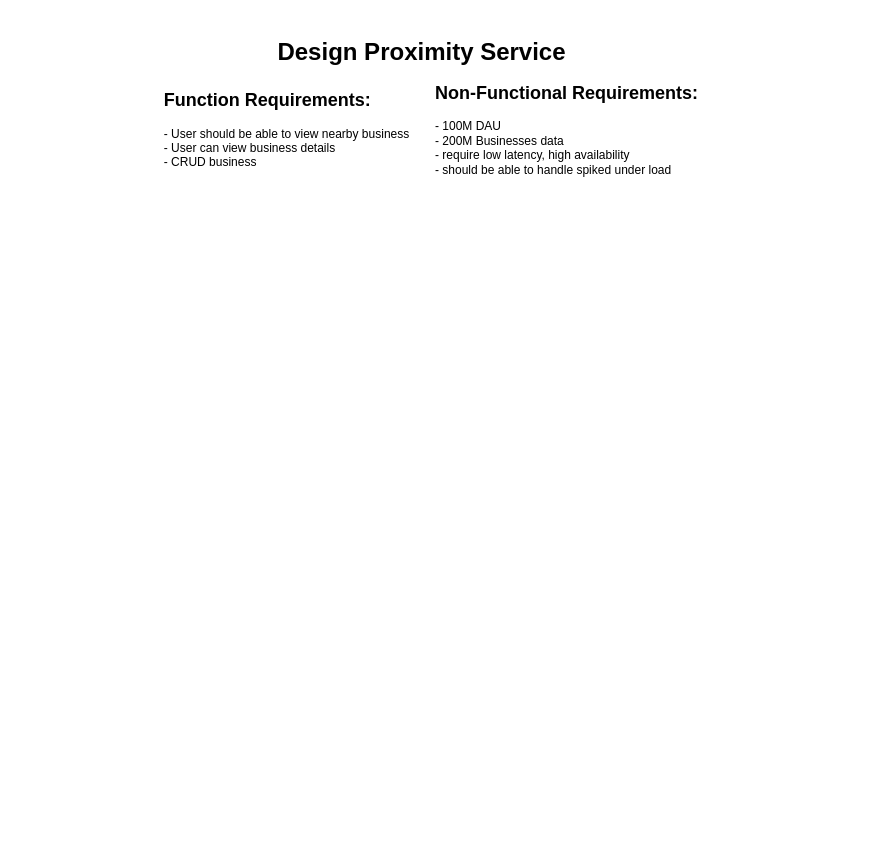
Earlier version of the draw.io diagram Untitled Diagram.drawio (code-storm/hld-problems). Source tidied: cells renumbered, new cells numbered last; positions are measured from the earlier drawing's top-left corner, leaving out a move shared by most shapes. Both pictures are drawn from the tidied source at 100%, with x=0, y=0 at pixel (151, 17).
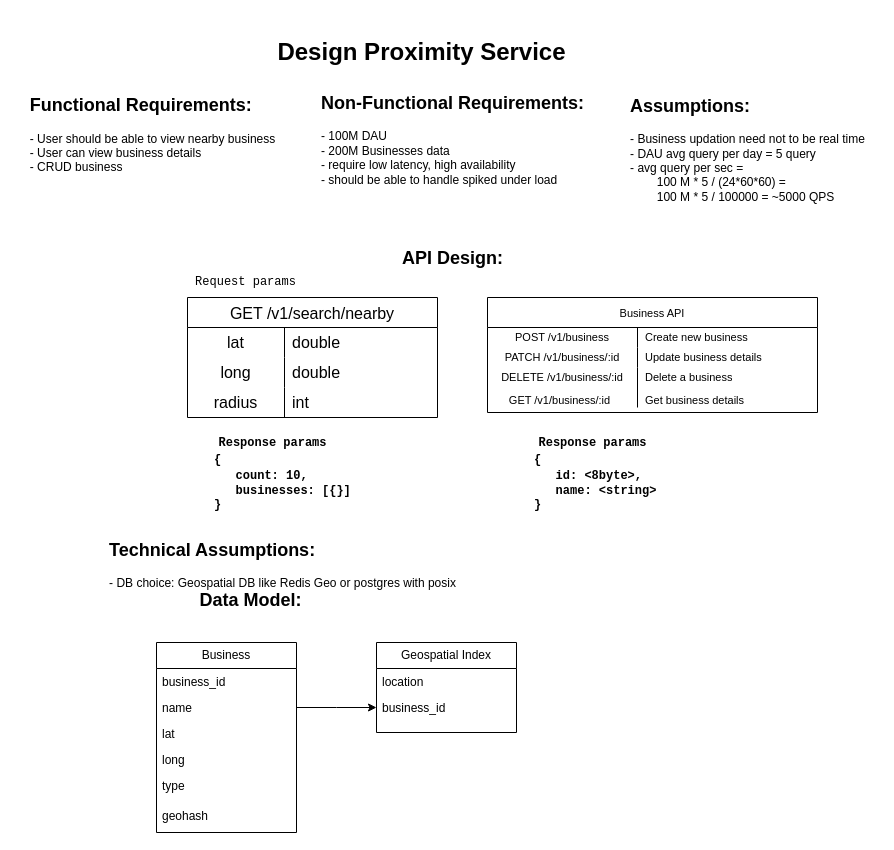
The same page after the edit.

Commit message:
Added API Design and DataModel

Diff of the diagram source:
```diff
@@
-    <mxCell id="3" value="&lt;h2 style=&quot;text-align: left;&quot;&gt;&lt;span style=&quot;background-color: initial;&quot;&gt;Function Requirements:&lt;/span&gt;&lt;/h2&gt;&lt;div style=&quot;text-align: left;&quot;&gt;&lt;span style=&quot;background-color: initial;&quot;&gt;- User should be able to view nearby business&lt;/span&gt;&lt;/div&gt;&lt;div style=&quot;text-align: left;&quot;&gt;&lt;span style=&quot;background-color: initial;&quot;&gt;- User can view business details&lt;/span&gt;&lt;/div&gt;&lt;div style=&quot;text-align: left;&quot;&gt;&lt;span style=&quot;background-color: initial;&quot;&gt;- CRUD business&lt;/span&gt;&lt;/div&gt;" style="text;html=1;align=center;verticalAlign=middle;strokeColor=none;fillColor=none;" parent="1" vertex="1">
-      <mxGeometry y="50" width="270" height="110" as="geometry" />
+    <mxCell id="3" value="&lt;h2 style=&quot;text-align: left;&quot;&gt;&lt;span style=&quot;background-color: initial;&quot;&gt;Functional Requirements:&lt;/span&gt;&lt;/h2&gt;&lt;div style=&quot;text-align: left;&quot;&gt;&lt;span style=&quot;background-color: initial;&quot;&gt;- User should be able to view nearby business&lt;/span&gt;&lt;/div&gt;&lt;div style=&quot;text-align: left;&quot;&gt;&lt;span style=&quot;background-color: initial;&quot;&gt;- User can view business details&lt;/span&gt;&lt;/div&gt;&lt;div style=&quot;text-align: left;&quot;&gt;&lt;span style=&quot;background-color: initial;&quot;&gt;- CRUD business&lt;/span&gt;&lt;/div&gt;" style="text;html=1;align=center;verticalAlign=middle;strokeColor=none;fillColor=none;" parent="1" vertex="1">
+      <mxGeometry x="-134" y="55" width="270" height="110" as="geometry" />
     </mxCell>
     <mxCell id="4" value="&lt;h2 style=&quot;text-align: left;&quot;&gt;&lt;span style=&quot;background-color: initial;&quot;&gt;Non-Functional Requirements:&lt;/span&gt;&lt;/h2&gt;&lt;div style=&quot;text-align: left;&quot;&gt;&lt;span style=&quot;background-color: initial;&quot;&gt;- 100M DAU&lt;/span&gt;&lt;/div&gt;&lt;div style=&quot;text-align: left;&quot;&gt;&lt;span style=&quot;background-color: initial;&quot;&gt;- 200M Businesses data&lt;/span&gt;&lt;/div&gt;&lt;div style=&quot;text-align: left;&quot;&gt;&lt;span style=&quot;background-color: initial;&quot;&gt;- require low latency, high availability&lt;/span&gt;&lt;/div&gt;&lt;div style=&quot;text-align: left;&quot;&gt;&lt;span style=&quot;background-color: initial;&quot;&gt;- should be able to handle spiked under load&lt;/span&gt;&lt;/div&gt;" style="text;html=1;align=center;verticalAlign=middle;strokeColor=none;fillColor=none;" parent="1" vertex="1">
-      <mxGeometry x="270" y="45" width="290" height="120" as="geometry" />
+      <mxGeometry x="156" y="55" width="290" height="120" as="geometry" />
     </mxCell>
+    <mxCell id="5" value="&lt;h2 style=&quot;text-align: left;&quot;&gt;&lt;span style=&quot;background-color: initial;&quot;&gt;Assumptions:&lt;/span&gt;&lt;/h2&gt;&lt;div style=&quot;text-align: left;&quot;&gt;&lt;span style=&quot;background-color: initial;&quot;&gt;- Business updation need not to be real time&lt;/span&gt;&lt;/div&gt;&lt;div style=&quot;text-align: left;&quot;&gt;&lt;span style=&quot;background-color: initial;&quot;&gt;- DAU avg query per day = 5 query&lt;/span&gt;&lt;/div&gt;&lt;div style=&quot;text-align: left;&quot;&gt;&lt;span style=&quot;background-color: initial;&quot;&gt;- avg query per sec =&amp;nbsp;&lt;/span&gt;&lt;/div&gt;&lt;div style=&quot;text-align: left;&quot;&gt;&lt;span style=&quot;background-color: initial;&quot;&gt;&lt;span style=&quot;white-space: pre;&quot;&gt;&#9;&lt;/span&gt;100 M * 5 / (24*60*60) =&lt;br&gt;&lt;span style=&quot;white-space: pre;&quot;&gt;&#9;&lt;/span&gt;100 M * 5 / 100000 = ~5000 QPS&lt;br&gt;&lt;/span&gt;&lt;/div&gt;" style="text;html=1;align=center;verticalAlign=middle;strokeColor=none;fillColor=none;" parent="1" vertex="1">
+      <mxGeometry x="466" y="55" width="260" height="140" as="geometry" />
+    </mxCell>
+    <mxCell id="6" value="&lt;h2 style=&quot;text-align: left;&quot;&gt;Data Model:&lt;/h2&gt;&lt;div&gt;&lt;br&gt;&lt;/div&gt;" style="text;html=1;align=center;verticalAlign=middle;strokeColor=none;fillColor=none;" parent="1" vertex="1">
+      <mxGeometry x="34" y="550" width="130" height="80" as="geometry" />
+    </mxCell>
+    <mxCell id="7" style="edgeStyle=orthogonalEdgeStyle;rounded=0;jettySize=auto;html=1;" parent="1" edge="1" source="15">
+      <mxGeometry relative="1" as="geometry">
+        <mxPoint x="225" y="690" as="targetPoint" />
+      </mxGeometry>
+    </mxCell>
+    <mxCell id="8" style="group;" parent="1" vertex="1">
+      <mxGeometry x="225" y="625" width="140" height="110" as="geometry" />
+    </mxCell>
+    <mxCell id="9" value="Geospatial Index" style="swimlane;fontStyle=0;horizontal=1;startSize=26;fillColor=none;whiteSpace=wrap;html=1;" parent="8" vertex="1">
+      <mxGeometry width="140" height="90" as="geometry" />
+    </mxCell>
+    <mxCell id="10" value="business_id" style="text;strokeColor=none;fillColor=none;align=left;verticalAlign=top;spacingLeft=4;spacingRight=4;overflow=hidden;whiteSpace=wrap;html=1;" parent="8" vertex="1">
+      <mxGeometry y="52" width="140" height="26" as="geometry" />
+    </mxCell>
+    <mxCell id="11" value="location" style="text;strokeColor=none;fillColor=none;align=left;verticalAlign=top;spacingLeft=4;spacingRight=4;overflow=hidden;whiteSpace=wrap;html=1;" parent="8" vertex="1">
+      <mxGeometry y="26" width="140" height="26" as="geometry" />
+    </mxCell>
+    <mxCell id="12" style="group;" parent="1" vertex="1">
+      <mxGeometry x="5" y="625" width="140" height="190" as="geometry" />
+    </mxCell>
+    <mxCell id="13" value="Business" style="swimlane;fontStyle=0;horizontal=1;startSize=26;fillColor=none;whiteSpace=wrap;html=1;" parent="12" vertex="1">
+      <mxGeometry width="140" height="190" as="geometry" />
+    </mxCell>
+    <mxCell id="14" value="business_id" style="text;strokeColor=none;fillColor=none;align=left;verticalAlign=top;spacingLeft=4;spacingRight=4;overflow=hidden;whiteSpace=wrap;html=1;" parent="12" vertex="1">
+      <mxGeometry y="26" width="140" height="26" as="geometry" />
+    </mxCell>
+    <mxCell id="15" value="name" style="text;strokeColor=none;fillColor=none;align=left;verticalAlign=top;spacingLeft=4;spacingRight=4;overflow=hidden;points=[[0,0.5],[1,0.5]];portConstraint=eastwest;whiteSpace=wrap;html=1;" parent="12" vertex="1">
+      <mxGeometry y="52" width="140" height="26" as="geometry" />
+    </mxCell>
+    <mxCell id="16" value="lat" style="text;strokeColor=none;fillColor=none;align=left;verticalAlign=top;spacingLeft=4;spacingRight=4;overflow=hidden;whiteSpace=wrap;html=1;" parent="12" vertex="1">
+      <mxGeometry y="78" width="140" height="26" as="geometry" />
+    </mxCell>
+    <mxCell id="17" value="long" style="text;strokeColor=none;fillColor=none;align=left;verticalAlign=top;spacingLeft=4;spacingRight=4;overflow=hidden;whiteSpace=wrap;html=1;" parent="12" vertex="1">
+      <mxGeometry y="104" width="140" height="26" as="geometry" />
+    </mxCell>
+    <mxCell id="18" value="type" style="text;strokeColor=none;fillColor=none;align=left;verticalAlign=top;spacingLeft=4;spacingRight=4;overflow=hidden;whiteSpace=wrap;html=1;" parent="12" vertex="1">
+      <mxGeometry y="130" width="140" height="26" as="geometry" />
+    </mxCell>
+    <mxCell id="19" value="geohash" style="text;strokeColor=none;fillColor=none;align=left;verticalAlign=top;spacingLeft=4;spacingRight=4;overflow=hidden;whiteSpace=wrap;html=1;" parent="12" vertex="1">
+      <mxGeometry y="160" width="140" height="26" as="geometry" />
+    </mxCell>
+    <mxCell id="20" value="&lt;h2 style=&quot;text-align: left;&quot;&gt;&lt;span style=&quot;background-color: initial;&quot;&gt;Technical Assumptions:&lt;/span&gt;&lt;/h2&gt;&lt;div style=&quot;text-align: left;&quot;&gt;&lt;span style=&quot;background-color: initial;&quot;&gt;- DB choice: Geospatial DB like Redis Geo or postgres with posix&lt;/span&gt;&lt;/div&gt;" style="text;html=1;align=center;verticalAlign=middle;strokeColor=none;fillColor=none;" parent="1" vertex="1">
+      <mxGeometry x="-54" y="500" width="370" height="80" as="geometry" />
+    </mxCell>
+    <mxCell id="21" value="&lt;h2 style=&quot;text-align: left;&quot;&gt;&lt;span style=&quot;background-color: initial;&quot;&gt;API Design:&lt;/span&gt;&lt;/h2&gt;&lt;div style=&quot;text-align: left;&quot;&gt;&lt;br&gt;&lt;/div&gt;" style="text;html=1;align=center;verticalAlign=middle;strokeColor=none;fillColor=none;" parent="1" vertex="1">
+      <mxGeometry x="241" y="208" width="120" height="80" as="geometry" />
+    </mxCell>
+    <mxCell id="22" value="GET /v1/search/nearby" style="shape=table;startSize=30;childLayout=tableLayout;rowLines=0;fontStyle=0;strokeColor=default;fontSize=16;" parent="1" vertex="1">
+      <mxGeometry x="36" y="280" width="250" height="120" as="geometry" />
+    </mxCell>
+    <mxCell id="23" style="shape=tableRow;horizontal=0;startSize=0;swimlaneHead=0;swimlaneBody=0;top=0;left=0;bottom=0;right=0;fillColor=none;strokeColor=inherit;fontSize=16;" parent="22" vertex="1">
+      <mxGeometry y="30" width="250" height="30" as="geometry" />
+    </mxCell>
+    <mxCell id="24" value="lat" style="shape=partialRectangle;html=1;whiteSpace=wrap;fillColor=none;top=0;left=0;bottom=0;right=0;overflow=hidden;strokeColor=inherit;fontSize=16;" parent="23" vertex="1">
+      <mxGeometry width="97" height="30" as="geometry" />
+    </mxCell>
+    <mxCell id="25" value="double" style="shape=partialRectangle;html=1;whiteSpace=wrap;fillColor=none;top=0;left=0;bottom=0;right=0;align=left;spacingLeft=6;overflow=hidden;strokeColor=inherit;fontSize=16;" parent="23" vertex="1">
+      <mxGeometry x="97" width="153" height="30" as="geometry" />
+    </mxCell>
+    <mxCell id="26" style="shape=tableRow;horizontal=0;startSize=0;swimlaneHead=0;swimlaneBody=0;top=0;left=0;bottom=0;right=0;fillColor=none;strokeColor=inherit;fontSize=16;" parent="22" vertex="1">
+      <mxGeometry y="60" width="250" height="30" as="geometry" />
+    </mxCell>
+    <mxCell id="27" value="long" style="shape=partialRectangle;html=1;whiteSpace=wrap;fillColor=none;top=0;left=0;bottom=0;right=0;overflow=hidden;strokeColor=inherit;fontSize=16;" parent="26" vertex="1">
+      <mxGeometry width="97" height="30" as="geometry" />
+    </mxCell>
+    <mxCell id="28" value="double" style="shape=partialRectangle;html=1;whiteSpace=wrap;fillColor=none;top=0;left=0;bottom=0;right=0;align=left;spacingLeft=6;overflow=hidden;strokeColor=inherit;fontSize=16;" parent="26" vertex="1">
+      <mxGeometry x="97" width="153" height="30" as="geometry" />
+    </mxCell>
+    <mxCell id="29" style="shape=tableRow;horizontal=0;startSize=0;swimlaneHead=0;swimlaneBody=0;top=0;left=0;bottom=0;right=0;fillColor=none;strokeColor=inherit;fontSize=16;" parent="22" vertex="1">
+      <mxGeometry y="90" width="250" height="30" as="geometry" />
+    </mxCell>
+    <mxCell id="30" value="radius" style="shape=partialRectangle;html=1;whiteSpace=wrap;fillColor=none;top=0;left=0;bottom=0;right=0;overflow=hidden;strokeColor=inherit;fontSize=16;" parent="29" vertex="1">
+      <mxGeometry width="97" height="30" as="geometry" />
+    </mxCell>
+    <mxCell id="31" value="int" style="shape=partialRectangle;html=1;whiteSpace=wrap;fillColor=none;top=0;left=0;bottom=0;right=0;align=left;spacingLeft=6;overflow=hidden;strokeColor=inherit;fontSize=16;" parent="29" vertex="1">
+      <mxGeometry x="97" width="153" height="30" as="geometry" />
+    </mxCell>
+    <mxCell id="32" value="&lt;div style=&quot;&quot;&gt;&lt;span style=&quot;font-family: &amp;quot;Courier New&amp;quot;; background-color: initial;&quot;&gt;&lt;b&gt;{&amp;nbsp;&lt;/b&gt;&lt;/span&gt;&lt;/div&gt;&lt;div style=&quot;&quot;&gt;&lt;span style=&quot;font-family: &amp;quot;Courier New&amp;quot;; background-color: initial;&quot;&gt;&lt;b&gt;&amp;nbsp; &amp;nbsp;count: 10,&lt;/b&gt;&lt;/span&gt;&lt;/div&gt;&lt;div style=&quot;&quot;&gt;&lt;span style=&quot;background-color: initial; font-family: &amp;quot;Courier New&amp;quot;;&quot;&gt;&lt;b&gt;&amp;nbsp; &amp;nbsp;businesses: [{}]&lt;/b&gt;&lt;/span&gt;&lt;/div&gt;&lt;font face=&quot;Courier New&quot;&gt;&lt;div style=&quot;&quot;&gt;&lt;span style=&quot;background-color: initial;&quot;&gt;&lt;b&gt;}&lt;/b&gt;&lt;/span&gt;&lt;/div&gt;&lt;/font&gt;" style="text;html=1;align=left;verticalAlign=middle;strokeColor=none;fillColor=none;" parent="1" vertex="1">
+      <mxGeometry x="61" y="430" width="160" height="70" as="geometry" />
+    </mxCell>
+    <mxCell id="33" value="Request params" style="text;html=1;align=center;verticalAlign=middle;strokeColor=none;fillColor=none;fontFamily=Courier New;" parent="1" vertex="1">
+      <mxGeometry x="34" y="250" width="120" height="30" as="geometry" />
+    </mxCell>
+    <mxCell id="34" value="&lt;font face=&quot;Courier New&quot;&gt;&lt;b&gt;Response params&lt;/b&gt;&lt;/font&gt;" style="text;html=1;align=center;verticalAlign=middle;strokeColor=none;fillColor=none;" parent="1" vertex="1">
+      <mxGeometry x="56" y="410" width="130" height="30" as="geometry" />
+    </mxCell>
+    <mxCell id="35" value="&lt;div style=&quot;&quot;&gt;&lt;span style=&quot;font-family: &amp;quot;Courier New&amp;quot;; background-color: initial;&quot;&gt;&lt;b&gt;{&amp;nbsp;&lt;/b&gt;&lt;/span&gt;&lt;/div&gt;&lt;div style=&quot;&quot;&gt;&lt;span style=&quot;font-family: &amp;quot;Courier New&amp;quot;; background-color: initial;&quot;&gt;&lt;b&gt;&amp;nbsp; &amp;nbsp;id: &amp;lt;8byte&amp;gt;,&lt;br&gt;&amp;nbsp; &amp;nbsp;name: &amp;lt;string&amp;gt;&lt;/b&gt;&lt;/span&gt;&lt;/div&gt;&lt;font face=&quot;Courier New&quot;&gt;&lt;div style=&quot;&quot;&gt;&lt;span style=&quot;background-color: initial;&quot;&gt;&lt;b&gt;}&lt;/b&gt;&lt;/span&gt;&lt;/div&gt;&lt;/font&gt;" style="text;html=1;align=left;verticalAlign=middle;strokeColor=none;fillColor=none;" parent="1" vertex="1">
+      <mxGeometry x="381" y="430" width="150" height="70" as="geometry" />
+    </mxCell>
+    <mxCell id="36" value="&lt;font face=&quot;Courier New&quot;&gt;&lt;b&gt;Response params&lt;/b&gt;&lt;/font&gt;" style="text;html=1;align=center;verticalAlign=middle;strokeColor=none;fillColor=none;" parent="1" vertex="1">
+      <mxGeometry x="376" y="410" width="130" height="30" as="geometry" />
+    </mxCell>
+    <mxCell id="37" style="shape=tableRow;horizontal=0;startSize=0;swimlaneHead=0;swimlaneBody=0;top=0;left=0;bottom=0;right=0;fillColor=none;strokeColor=inherit;fontSize=11;" parent="1" vertex="1">
+      <mxGeometry x="336" y="370" width="330" height="20" as="geometry" />
+    </mxCell>
+    <mxCell id="38" style="group;" parent="1" vertex="1">
+      <mxGeometry x="336" y="280" width="330" height="115" as="geometry" />
+    </mxCell>
+    <mxCell id="39" value="Business API" style="shape=table;startSize=30;childLayout=tableLayout;rowLines=0;fontStyle=0;strokeColor=default;fontSize=11;strokeWidth=1;swimlaneLine=1;columnLines=1;" parent="38" vertex="1">
+      <mxGeometry width="330" height="115" as="geometry" />
+    </mxCell>
+    <mxCell id="40" style="shape=tableRow;horizontal=0;startSize=0;swimlaneHead=0;swimlaneBody=0;top=0;left=0;bottom=0;right=0;fillColor=none;strokeColor=inherit;fontSize=11;" parent="39" vertex="1">
+      <mxGeometry y="30" width="330" height="20" as="geometry" />
+    </mxCell>
+    <mxCell id="41" value="POST /v1/business" style="shape=partialRectangle;html=1;whiteSpace=wrap;fillColor=none;top=0;left=0;bottom=0;right=0;overflow=hidden;strokeColor=inherit;fontSize=11;align=center;" parent="40" vertex="1">
+      <mxGeometry width="150" height="20" as="geometry" />
+    </mxCell>
+    <mxCell id="42" value="Create new business" style="shape=partialRectangle;html=1;whiteSpace=wrap;fillColor=none;top=0;left=0;bottom=0;right=0;align=left;spacingLeft=6;overflow=hidden;strokeColor=inherit;fontSize=11;" parent="40" vertex="1">
+      <mxGeometry x="150" width="180" height="20" as="geometry" />
+    </mxCell>
+    <mxCell id="43" style="shape=tableRow;horizontal=0;startSize=0;swimlaneHead=0;swimlaneBody=0;top=0;left=0;bottom=0;right=0;fillColor=none;strokeColor=inherit;fontSize=11;" parent="39" vertex="1">
+      <mxGeometry y="50" width="330" height="20" as="geometry" />
+    </mxCell>
+    <mxCell id="44" value="PATCH /v1/business/:id" style="shape=partialRectangle;html=1;whiteSpace=wrap;fillColor=none;top=0;left=0;bottom=0;right=0;overflow=hidden;strokeColor=inherit;fontSize=11;align=center;" parent="43" vertex="1">
+      <mxGeometry width="150" height="20" as="geometry" />
+    </mxCell>
+    <mxCell id="45" value="Update business details" style="shape=partialRectangle;html=1;whiteSpace=wrap;fillColor=none;top=0;left=0;bottom=0;right=0;align=left;spacingLeft=6;overflow=hidden;strokeColor=inherit;fontSize=11;" parent="43" vertex="1">
+      <mxGeometry x="150" width="180" height="20" as="geometry" />
+    </mxCell>
+    <mxCell id="46" style="shape=tableRow;horizontal=0;startSize=0;swimlaneHead=0;swimlaneBody=0;top=0;left=0;bottom=0;right=0;fillColor=none;strokeColor=inherit;fontSize=11;" parent="39" vertex="1">
+      <mxGeometry y="70" width="330" height="20" as="geometry" />
+    </mxCell>
+    <mxCell id="47" value="DELETE /v1/business/:id" style="shape=partialRectangle;html=1;whiteSpace=wrap;fillColor=none;top=0;left=0;bottom=0;right=0;overflow=hidden;strokeColor=inherit;fontSize=11;align=center;" parent="46" vertex="1">
+      <mxGeometry width="150" height="20" as="geometry" />
+    </mxCell>
+    <mxCell id="48" value="Delete a business" style="shape=partialRectangle;html=1;whiteSpace=wrap;fillColor=none;top=0;left=0;bottom=0;right=0;align=left;spacingLeft=6;overflow=hidden;strokeColor=inherit;fontSize=11;" parent="46" vertex="1">
+      <mxGeometry x="150" width="180" height="20" as="geometry" />
+    </mxCell>
+    <mxCell id="49" value="GET /v1/business/:id" style="shape=partialRectangle;html=1;whiteSpace=wrap;fillColor=none;top=0;left=0;bottom=0;right=0;overflow=hidden;strokeColor=inherit;fontSize=11;align=center;" parent="38" vertex="1">
+      <mxGeometry y="93" width="145" height="20" as="geometry" />
+    </mxCell>
+    <mxCell id="50" value="Get business details" style="shape=partialRectangle;html=1;whiteSpace=wrap;top=0;left=0;bottom=0;right=0;align=left;spacingLeft=6;overflow=hidden;fontSize=11;labelBorderColor=none;labelBackgroundColor=none;perimeterSpacing=0;fillColor=none;gradientColor=none;strokeColor=none;" parent="38" vertex="1">
+      <mxGeometry x="150" y="93" width="180" height="20" as="geometry" />
+    </mxCell>
+    <mxCell id="51" style="endArrow=none;html=1;rounded=0;" parent="38" edge="1">
+      <mxGeometry relative="1" as="geometry">
+        <mxPoint x="150" y="110" as="sourcePoint" />
+        <mxPoint x="150" y="80" as="targetPoint" />
+      </mxGeometry>
+    </mxCell>
```
